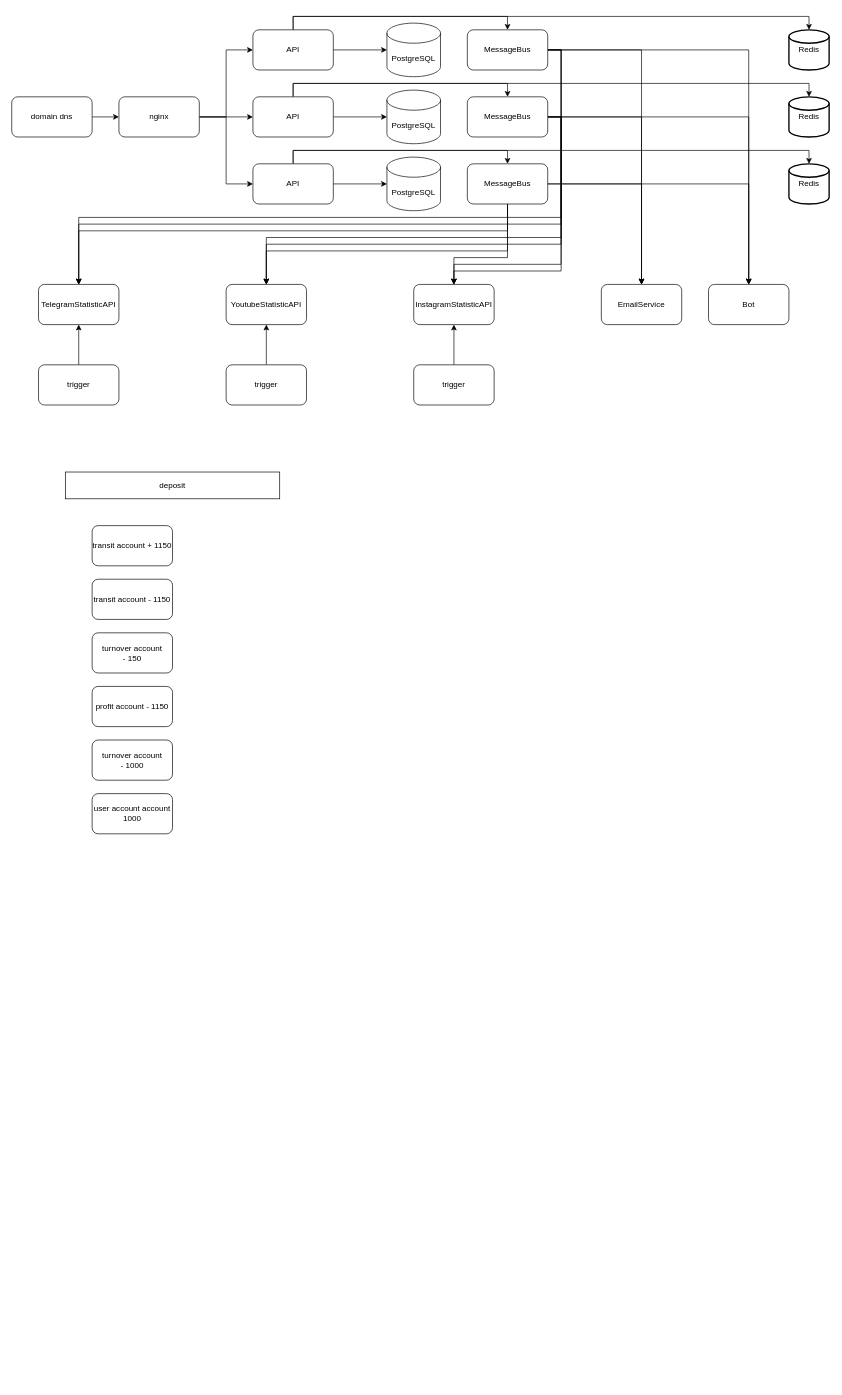
The draw.io diagram page "CommonScheme" (4 of 13) of Advertiser-Blogger.drawio in KmvRoman/Diagrams, before the edit. Source tidied: cells renumbered, new cells numbered last; positions are measured from the earlier drawing's top-left corner, leaving out a move shared by most shapes. Both pictures are drawn from the tidied source at 67%, with x=0, y=0 at pixel (11, 23).
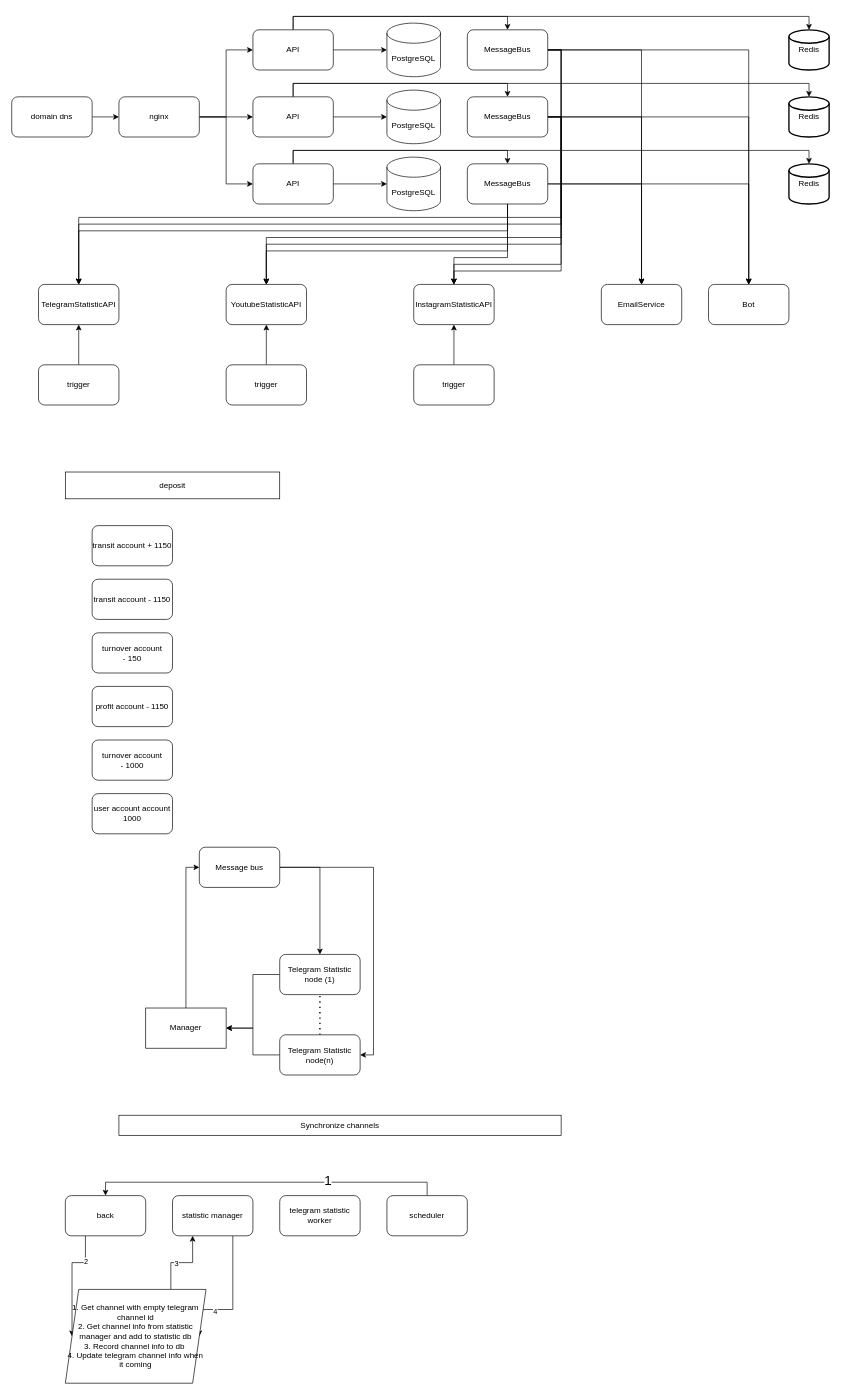
The same page after the edit.

What changed in the source:
```diff
@@
+    <mxCell id="62" style="edgeStyle=orthogonalEdgeStyle;rounded=0;jettySize=auto;html=1;entryX=0;entryY=0.5;entryDx=0;entryDy=0;" parent="1" edge="1" source="63" target="71">
+      <mxGeometry relative="1" as="geometry" />
+    </mxCell>
+    <mxCell id="63" value="Manager" style="rounded=0;whiteSpace=wrap;html=1;" parent="1" vertex="1">
+      <mxGeometry x="200" y="1470" width="120" height="60" as="geometry" />
+    </mxCell>
+    <mxCell id="64" style="edgeStyle=orthogonalEdgeStyle;rounded=0;jettySize=auto;html=1;entryX=1;entryY=0.5;entryDx=0;entryDy=0;" parent="1" edge="1" source="65" target="63">
+      <mxGeometry relative="1" as="geometry" />
+    </mxCell>
+    <mxCell id="65" value="Telegram Statistic node (1)" style="rounded=1;whiteSpace=wrap;html=1;" parent="1" vertex="1">
+      <mxGeometry x="400" y="1390" width="120" height="60" as="geometry" />
+    </mxCell>
+    <mxCell id="66" style="endArrow=none;dashed=1;html=1;dashPattern=1 3;strokeWidth=2;rounded=0;entryX=0.5;entryY=1;entryDx=0;entryDy=0;exitX=0.5;exitY=0;exitDx=0;exitDy=0;" parent="1" edge="1" source="68" target="65">
+      <mxGeometry relative="1" as="geometry" />
+    </mxCell>
+    <mxCell id="67" style="edgeStyle=orthogonalEdgeStyle;rounded=0;jettySize=auto;html=1;entryX=1;entryY=0.5;entryDx=0;entryDy=0;" parent="1" edge="1" source="68" target="63">
+      <mxGeometry relative="1" as="geometry" />
+    </mxCell>
+    <mxCell id="68" value="Telegram Statistic node(n)" style="rounded=1;whiteSpace=wrap;html=1;" parent="1" vertex="1">
+      <mxGeometry x="400" y="1510" width="120" height="60" as="geometry" />
+    </mxCell>
+    <mxCell id="69" style="edgeStyle=orthogonalEdgeStyle;rounded=0;jettySize=auto;html=1;entryX=0.5;entryY=0;entryDx=0;entryDy=0;exitX=1;exitY=0.5;exitDx=0;exitDy=0;" parent="1" edge="1" source="71" target="65">
+      <mxGeometry relative="1" as="geometry" />
+    </mxCell>
+    <mxCell id="70" style="edgeStyle=orthogonalEdgeStyle;rounded=0;jettySize=auto;html=1;entryX=1;entryY=0.5;entryDx=0;entryDy=0;" parent="1" edge="1" source="71" target="68">
+      <mxGeometry relative="1" as="geometry">
+        <Array as="points">
+          <mxPoint x="540" y="1260" />
+          <mxPoint x="540" y="1540" />
+        </Array>
+      </mxGeometry>
+    </mxCell>
+    <mxCell id="71" value="Message bus" style="rounded=1;whiteSpace=wrap;html=1;" parent="1" vertex="1">
+      <mxGeometry x="280" y="1230" width="120" height="60" as="geometry" />
+    </mxCell>
+    <mxCell id="72" value="Synchronize channels" style="rounded=0;whiteSpace=wrap;html=1;" parent="1" vertex="1">
+      <mxGeometry x="160" y="1630" width="660" height="30" as="geometry" />
+    </mxCell>
+    <mxCell id="73" style="edgeStyle=orthogonalEdgeStyle;rounded=0;jettySize=auto;html=1;entryX=0.5;entryY=0;entryDx=0;entryDy=0;exitX=0.5;exitY=0;exitDx=0;exitDy=0;" parent="1" edge="1" source="75" target="78">
+      <mxGeometry relative="1" as="geometry" />
+    </mxCell>
+    <mxCell id="74" value="&lt;font style=&quot;font-size: 20px;&quot;&gt;1&lt;/font&gt;" style="edgeLabel;html=1;align=center;verticalAlign=middle;" parent="73" vertex="1">
+      <mxGeometry x="-0.35" y="-4" relative="1" as="geometry" />
+    </mxCell>
+    <mxCell id="75" value="scheduler" style="rounded=1;whiteSpace=wrap;html=1;" parent="1" vertex="1">
+      <mxGeometry x="560" y="1750" width="120" height="60" as="geometry" />
+    </mxCell>
+    <mxCell id="76" style="edgeStyle=orthogonalEdgeStyle;rounded=0;jettySize=auto;html=1;entryX=0;entryY=0.5;entryDx=0;entryDy=0;exitX=0.25;exitY=1;exitDx=0;exitDy=0;" parent="1" edge="1" source="78" target="85">
+      <mxGeometry relative="1" as="geometry" />
+    </mxCell>
+    <mxCell id="77" value="2" style="edgeLabel;html=1;align=center;verticalAlign=middle;" parent="76" vertex="1">
+      <mxGeometry x="-0.55" relative="1" as="geometry" />
+    </mxCell>
+    <mxCell id="78" value="back" style="rounded=1;whiteSpace=wrap;html=1;" parent="1" vertex="1">
+      <mxGeometry x="80" y="1750" width="120" height="60" as="geometry" />
+    </mxCell>
+    <mxCell id="79" style="edgeStyle=orthogonalEdgeStyle;rounded=0;jettySize=auto;html=1;entryX=1;entryY=0.5;entryDx=0;entryDy=0;exitX=0.75;exitY=1;exitDx=0;exitDy=0;" parent="1" edge="1" source="81" target="85">
+      <mxGeometry relative="1" as="geometry">
+        <Array as="points">
+          <mxPoint x="330" y="1920" />
+        </Array>
+      </mxGeometry>
+    </mxCell>
+    <mxCell id="80" value="4" style="edgeLabel;html=1;align=center;verticalAlign=middle;" parent="79" vertex="1">
+      <mxGeometry x="0.37" y="2" relative="1" as="geometry" />
+    </mxCell>
+    <mxCell id="81" value="statistic manager" style="rounded=1;whiteSpace=wrap;html=1;" parent="1" vertex="1">
+      <mxGeometry x="240" y="1750" width="120" height="60" as="geometry" />
+    </mxCell>
+    <mxCell id="82" value="telegram statistic worker" style="rounded=1;whiteSpace=wrap;html=1;" parent="1" vertex="1">
+      <mxGeometry x="400" y="1750" width="120" height="60" as="geometry" />
+    </mxCell>
+    <mxCell id="83" style="edgeStyle=orthogonalEdgeStyle;rounded=0;jettySize=auto;html=1;entryX=0.25;entryY=1;entryDx=0;entryDy=0;exitX=0.75;exitY=0;exitDx=0;exitDy=0;" parent="1" edge="1" source="85" target="81">
+      <mxGeometry relative="1" as="geometry" />
+    </mxCell>
+    <mxCell id="84" value="3" style="edgeLabel;html=1;align=center;verticalAlign=middle;" parent="83" vertex="1">
+      <mxGeometry x="-0.15" relative="1" as="geometry" />
+    </mxCell>
+    <mxCell id="85" value="1. Get channel with empty telegram channel id&lt;div&gt;2. Get channel info from statistic manager and add to statistic db&lt;/div&gt;&lt;div&gt;3. Record channel info to db&amp;nbsp;&lt;/div&gt;&lt;div&gt;4. Update telegram channel info when it coming&lt;/div&gt;" style="shape=parallelogram;perimeter=parallelogramPerimeter;whiteSpace=wrap;html=1;fixedSize=1;" parent="1" vertex="1">
+      <mxGeometry x="80" y="1890" width="210" height="140" as="geometry" />
+    </mxCell>
```
